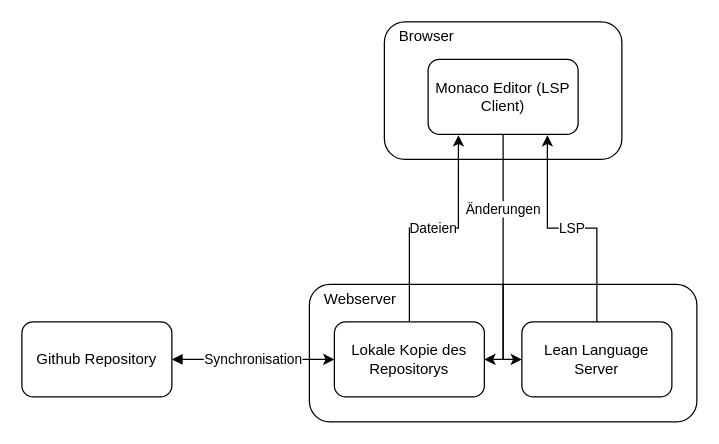
Above: Plakat_Regio/livelean.drawio in Bergschaf/banach-tarski (draw.io), before the change. Source tidied: cells renumbered, new cells numbered last; positions are measured from the earlier drawing's top-left corner, leaving out a move shared by most shapes. Both pictures are drawn from the tidied source at 125%, with x=0, y=0 at pixel (21, 21).
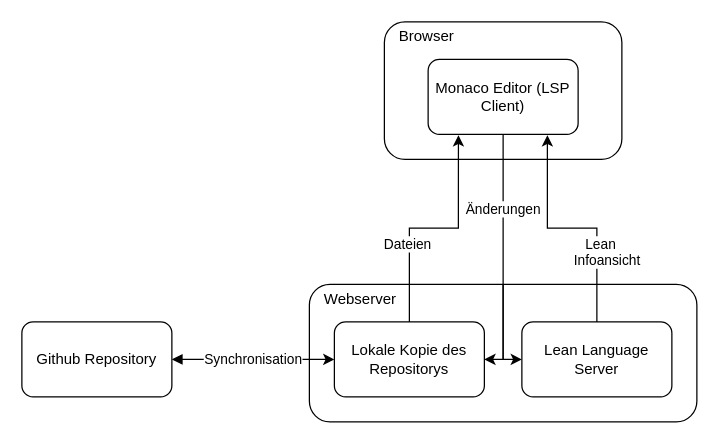
The same page after the edit.

The edit, as a diff of the source:
```diff
@@
 <mxGraphModel>
   <root>
     <mxCell id="0" />
     <mxCell id="1" parent="0" />
     <mxCell id="2" value="&lt;div style=&quot;&quot;&gt;&lt;span style=&quot;background-color: initial;&quot;&gt;&amp;nbsp; &amp;nbsp;Webserver&lt;/span&gt;&lt;/div&gt;&lt;br&gt;&lt;br&gt;&lt;br&gt;&lt;br&gt;&lt;br&gt;&lt;br&gt;" style="rounded=1;whiteSpace=wrap;html=1;align=left;fillColor=none;" parent="1" vertex="1">
       <mxGeometry x="230" y="210" width="310" height="110" as="geometry" />
     </mxCell>
     <mxCell id="3" value="Lean Language Server" style="rounded=1;whiteSpace=wrap;html=1;fillColor=none;" parent="1" vertex="1">
       <mxGeometry x="400" y="240" width="120" height="60" as="geometry" />
     </mxCell>
     <mxCell id="4" value="Synchronisation" style="edgeStyle=orthogonalEdgeStyle;rounded=0;jettySize=auto;html=1;exitX=1;exitY=0.5;exitDx=0;exitDy=0;entryX=0;entryY=0.5;entryDx=0;entryDy=0;startArrow=block;startFill=1;" parent="1" edge="1" source="5" target="9">
       <mxGeometry relative="1" as="geometry" />
     </mxCell>
     <mxCell id="5" value="Github Repository" style="rounded=1;whiteSpace=wrap;html=1;fillColor=none;" parent="1" vertex="1">
       <mxGeometry y="240" width="120" height="60" as="geometry" />
     </mxCell>
     <mxCell id="6" value="&lt;div style=&quot;&quot;&gt;&lt;span style=&quot;background-color: initial;&quot;&gt;&amp;nbsp; &amp;nbsp;Browser&lt;/span&gt;&lt;/div&gt;&lt;br&gt;&lt;br&gt;&lt;br&gt;&lt;br&gt;&lt;br&gt;&lt;br&gt;" style="rounded=1;whiteSpace=wrap;html=1;align=left;fillColor=none;" parent="1" vertex="1">
       <mxGeometry x="290" width="190" height="110" as="geometry" />
     </mxCell>
     <mxCell id="7" value="Änderungen" style="edgeStyle=orthogonalEdgeStyle;shape=connector;rounded=0;jettySize=auto;html=1;exitX=0.5;exitY=1;exitDx=0;exitDy=0;entryX=0.5;entryY=0;entryDx=0;entryDy=0;labelBackgroundColor=default;strokeColor=default;align=center;verticalAlign=middle;fontFamily=Helvetica;fontSize=11;fontColor=default;startArrow=none;startFill=0;endArrow=none;endFill=0;" parent="1" edge="1" source="8" target="2">
       <mxGeometry relative="1" as="geometry" />
     </mxCell>
     <mxCell id="8" value="Monaco Editor (LSP Client)" style="rounded=1;whiteSpace=wrap;html=1;fillColor=none;" parent="1" vertex="1">
       <mxGeometry x="325" y="30" width="120" height="60" as="geometry" />
     </mxCell>
     <mxCell id="9" value="Lokale Kopie des Repositorys" style="rounded=1;whiteSpace=wrap;html=1;fillColor=none;" parent="1" vertex="1">
       <mxGeometry x="250" y="240" width="120" height="60" as="geometry" />
     </mxCell>
     <mxCell id="10" style="edgeStyle=orthogonalEdgeStyle;shape=connector;rounded=0;jettySize=auto;html=1;exitX=0.5;exitY=0;exitDx=0;exitDy=0;labelBackgroundColor=default;strokeColor=default;align=center;verticalAlign=middle;fontFamily=Helvetica;fontSize=11;fontColor=default;startArrow=none;startFill=0;endArrow=classic;entryX=1;entryY=0.5;entryDx=0;entryDy=0;" parent="1" edge="1" source="2" target="9">
       <mxGeometry relative="1" as="geometry">
         <Array as="points">
           <mxPoint x="385" y="270" />
         </Array>
       </mxGeometry>
     </mxCell>
     <mxCell id="11" style="edgeStyle=orthogonalEdgeStyle;shape=connector;rounded=0;orthogonalLoop=1;jettySize=auto;html=1;exitX=0.5;exitY=0;exitDx=0;exitDy=0;labelBackgroundColor=default;strokeColor=default;align=center;verticalAlign=middle;fontFamily=Helvetica;fontSize=11;fontColor=default;startArrow=none;startFill=0;endArrow=classic;entryX=1;entryY=0.5;entryDx=0;entryDy=0;" parent="1" edge="1">
       <mxGeometry relative="1" as="geometry">
         <mxPoint x="385" y="210" as="sourcePoint" />
         <mxPoint x="400" y="270" as="targetPoint" />
         <Array as="points">
           <mxPoint x="385" y="270" />
         </Array>
       </mxGeometry>
     </mxCell>
-    <mxCell id="12" value="LSP" style="endArrow=classic;html=1;rounded=0;labelBackgroundColor=default;strokeColor=default;align=center;verticalAlign=middle;fontFamily=Helvetica;fontSize=11;fontColor=default;shape=connector;edgeStyle=orthogonalEdgeStyle;exitX=0.5;exitY=0;exitDx=0;exitDy=0;entryX=0.795;entryY=1.01;entryDx=0;entryDy=0;entryPerimeter=0;" parent="1" edge="1" source="3" target="8">
+    <mxCell id="12" value="&amp;nbsp; &amp;nbsp;Lean&lt;br&gt;Infoansicht" style="endArrow=classic;html=1;rounded=0;labelBackgroundColor=default;strokeColor=default;align=left;verticalAlign=top;fontFamily=Helvetica;fontSize=11;fontColor=default;shape=connector;edgeStyle=orthogonalEdgeStyle;exitX=0.5;exitY=0;exitDx=0;exitDy=0;entryX=0.795;entryY=1.01;entryDx=0;entryDy=0;entryPerimeter=0;labelPosition=right;verticalLabelPosition=bottom;" parent="1" edge="1" source="3" target="8">
       <mxGeometry relative="1" as="geometry" />
     </mxCell>
-    <mxCell id="13" value="Dateien" style="endArrow=classic;html=1;rounded=0;labelBackgroundColor=default;strokeColor=default;align=center;verticalAlign=middle;fontFamily=Helvetica;fontSize=11;fontColor=default;shape=connector;edgeStyle=orthogonalEdgeStyle;entryX=0.202;entryY=1.01;entryDx=0;entryDy=0;entryPerimeter=0;exitX=0.5;exitY=0;exitDx=0;exitDy=0;" parent="1" edge="1" source="9" target="8">
+    <mxCell id="13" value="Dateien" style="endArrow=classic;html=1;rounded=0;labelBackgroundColor=default;strokeColor=default;align=right;verticalAlign=top;fontFamily=Helvetica;fontSize=11;fontColor=default;shape=connector;edgeStyle=orthogonalEdgeStyle;entryX=0.202;entryY=1.01;entryDx=0;entryDy=0;entryPerimeter=0;exitX=0.5;exitY=0;exitDx=0;exitDy=0;labelPosition=left;verticalLabelPosition=bottom;" parent="1" edge="1" source="9" target="8">
       <mxGeometry relative="1" as="geometry" />
     </mxCell>
   </root>
 </mxGraphModel>
```
